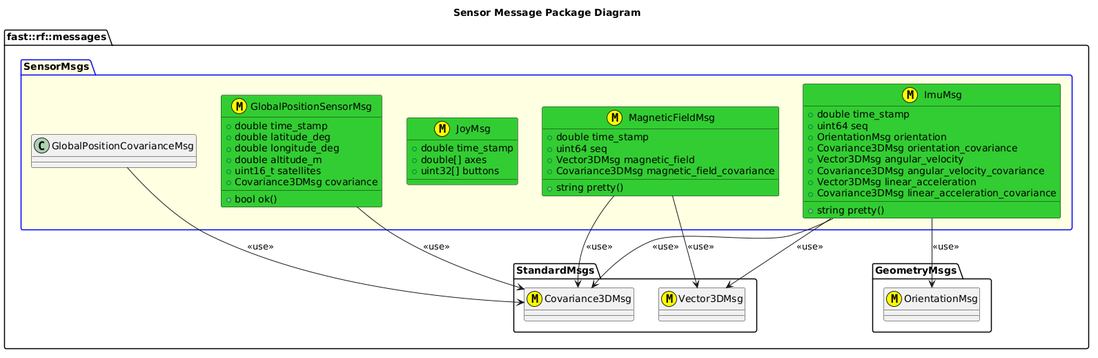
This is msgs/SensorMsgs/doc/puml/SensorMessagesClassDiagram.png from fastrobotics/robot_framework, a PlantUML export, as it was before one commit.
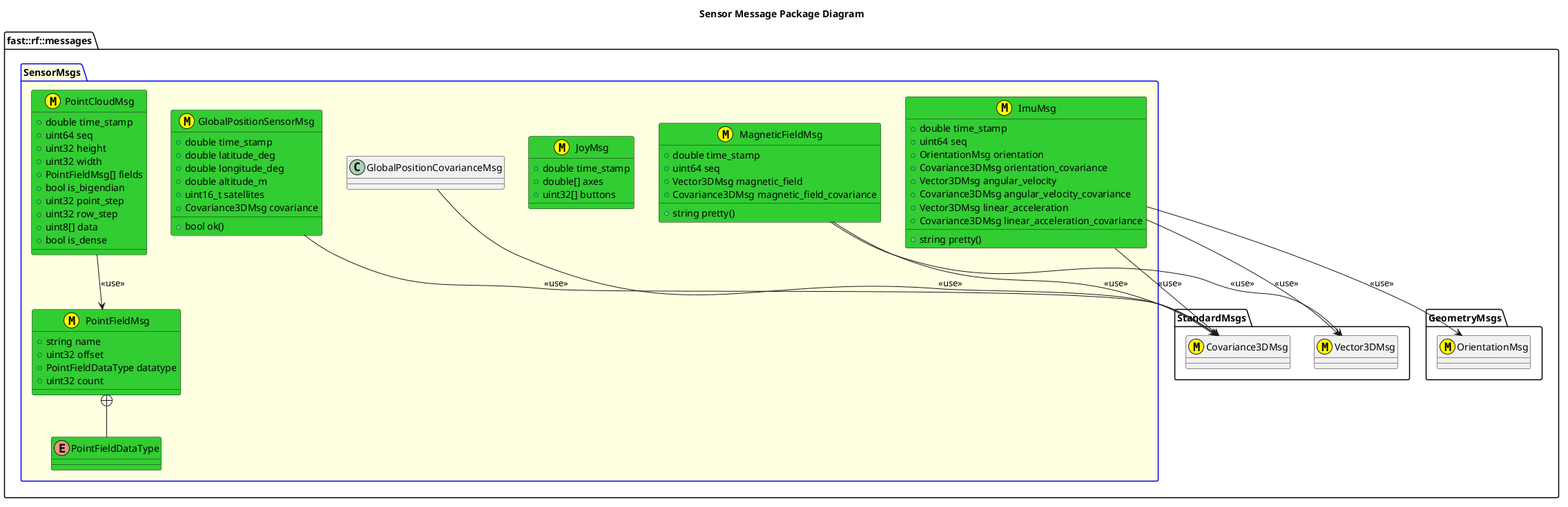
Above is the later version.

The edit, as a diff of the source:
```diff
@@ -52,5 +52,28 @@
     }
     MagneticFieldMsg --> Vector3DMsg: <<use>>
     MagneticFieldMsg --> Covariance3DMsg: <<use>>
+    enum PointFieldDataType #LimeGreen {
+
+    }
+    struct PointFieldMsg <<(M,#FFFF00)>> #LimeGreen {
+        +string name
+        +uint32 offset
+        +PointFieldDataType datatype
+        +uint32 count
+    }
+    PointFieldMsg +-- PointFieldDataType
+    struct PointCloudMsg <<(M,#FFFF00)>> #LimeGreen {
+        +double time_stamp
+        +uint64 seq
+        +uint32 height
+        +uint32 width
+        +PointFieldMsg[] fields
+        +bool is_bigendian
+        +uint32 point_step
+        +uint32 row_step
+        +uint8[] data
+        +bool is_dense
+    }
+    PointCloudMsg --> PointFieldMsg: <<use>>
   }
   @enduml
```
